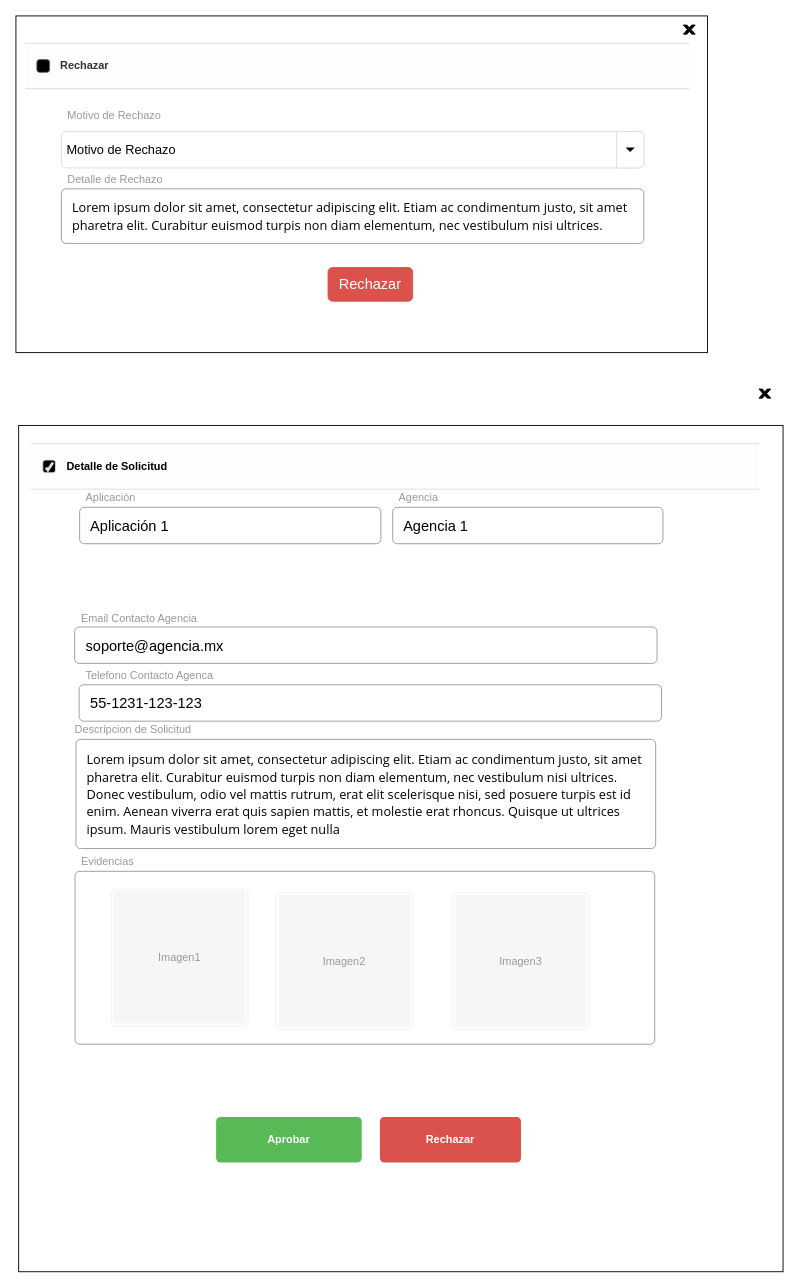
This is page "Botones-Desplegables-Consultor" (3 of 6) of Mockups/MesaDeAyuda UI.drawio from emmanuelvalentin99/gum-asuntos, a draw.io file, before an edit. Source tidied: cells renumbered, new cells numbered last; positions are measured from the earlier drawing's top-left corner, leaving out a move shared by most shapes. Both pictures are drawn from the tidied source at 91%, with x=0, y=0 at pixel (15, 15).
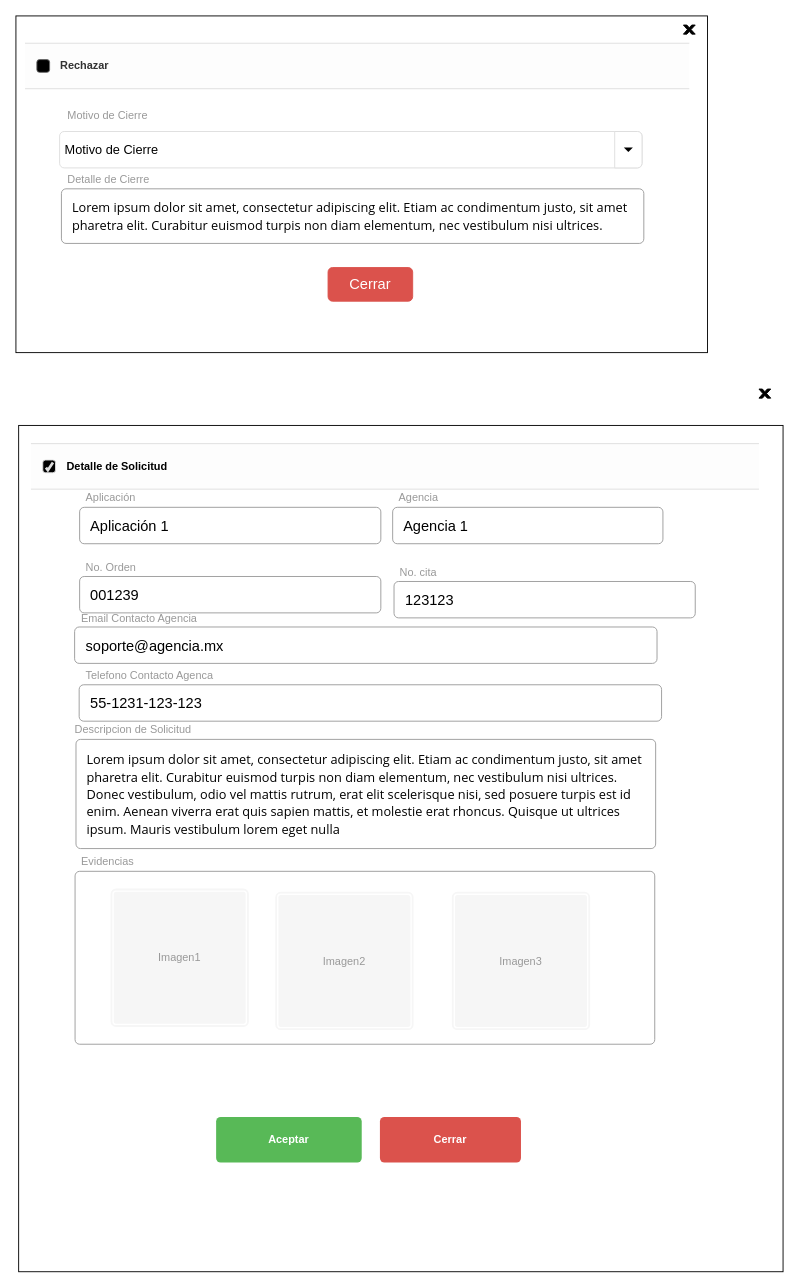
The same page after the edit.

Change to the diagram source:
```diff
@@
-    <mxCell id="5" value="Motivo de Rechazo" style="html=1;shadow=0;dashed=0;shape=mxgraph.bootstrap.rect;strokeColor=none;fillColor=none;fontColor=#999999;align=left;spacingLeft=5;whiteSpace=wrap;" parent="1" vertex="1">
+    <mxCell id="5" value="Motivo de Cierre" style="html=1;shadow=0;dashed=0;shape=mxgraph.bootstrap.rect;strokeColor=none;fillColor=none;fontColor=#999999;align=left;spacingLeft=5;whiteSpace=wrap;" parent="1" vertex="1">
       <mxGeometry x="50" y="100" width="130" height="20" as="geometry" />
     </mxCell>
-    <mxCell id="6" value="Detalle de Rechazo" style="html=1;shadow=0;dashed=0;shape=mxgraph.bootstrap.rect;strokeColor=none;fillColor=none;fontColor=#999999;align=left;spacingLeft=5;whiteSpace=wrap;" parent="1" vertex="1">
+    <mxCell id="6" value="Detalle de Cierre" style="html=1;shadow=0;dashed=0;shape=mxgraph.bootstrap.rect;strokeColor=none;fillColor=none;fontColor=#999999;align=left;spacingLeft=5;whiteSpace=wrap;" parent="1" vertex="1">
       <mxGeometry x="50" y="170" width="130" height="20" as="geometry" />
     </mxCell>
@@
-    <mxCell id="8" value="Motivo de Rechazo" style="html=1;shadow=0;dashed=0;shape=mxgraph.bootstrap.rrect;fillColor=#ffffff;align=left;rSize=5;strokeColor=#dddddd;spacingRight=20;fontSize=14;whiteSpace=wrap;spacingLeft=4;" parent="1" vertex="1">
-      <mxGeometry x="50" y="127" width="640" height="40" as="geometry" />
+    <mxCell id="8" value="Motivo de Cierre" style="html=1;shadow=0;dashed=0;shape=mxgraph.bootstrap.rrect;fillColor=#ffffff;align=left;rSize=5;strokeColor=#dddddd;spacingRight=20;fontSize=14;whiteSpace=wrap;spacingLeft=4;" parent="1" vertex="1">
+      <mxGeometry x="48" y="127" width="640" height="40" as="geometry" />
     </mxCell>
@@
-    <mxCell id="11" value="Rechazar" style="html=1;shadow=0;dashed=0;shape=mxgraph.bootstrap.rrect;rSize=5;fillColor=#DB524C;align=center;strokeColor=#DB524C;fontColor=#ffffff;fontSize=16;whiteSpace=wrap;" parent="1" vertex="1">
+    <mxCell id="11" value="Cerrar" style="html=1;shadow=0;dashed=0;shape=mxgraph.bootstrap.rrect;rSize=5;fillColor=#DB524C;align=center;strokeColor=#DB524C;fontColor=#ffffff;fontSize=16;whiteSpace=wrap;" parent="1" vertex="1">
       <mxGeometry x="343" y="276.5" width="93" height="37" as="geometry" />
     </mxCell>
@@
-    <mxCell id="30" value="Aprobar" style="html=1;shadow=0;dashed=0;shape=mxgraph.bootstrap.rrect;align=center;rSize=5;strokeColor=none;fillColor=#58B957;fontColor=#ffffff;fontStyle=1;whiteSpace=wrap;" parent="1" vertex="1">
+    <mxCell id="30" value="Aceptar" style="html=1;shadow=0;dashed=0;shape=mxgraph.bootstrap.rrect;align=center;rSize=5;strokeColor=none;fillColor=#58B957;fontColor=#ffffff;fontStyle=1;whiteSpace=wrap;" parent="1" vertex="1">
       <mxGeometry x="220" y="1210" width="160" height="50" as="geometry" />
     </mxCell>
-    <mxCell id="31" value="Rechazar" style="html=1;shadow=0;dashed=0;shape=mxgraph.bootstrap.rrect;align=center;rSize=5;strokeColor=none;fillColor=#DB524C;fontColor=#ffffff;fontStyle=1;whiteSpace=wrap;" parent="1" vertex="1">
+    <mxCell id="31" value="Cerrar" style="html=1;shadow=0;dashed=0;shape=mxgraph.bootstrap.rrect;align=center;rSize=5;strokeColor=none;fillColor=#DB524C;fontColor=#ffffff;fontStyle=1;whiteSpace=wrap;" parent="1" vertex="1">
       <mxGeometry x="400" y="1210" width="155" height="50" as="geometry" />
     </mxCell>
@@
+    <mxCell id="34" value="No. Orden" style="html=1;shadow=0;dashed=0;shape=mxgraph.bootstrap.rect;strokeColor=none;fillColor=none;fontColor=#999999;align=left;spacingLeft=5;whiteSpace=wrap;" parent="1" vertex="1">
+      <mxGeometry x="69.5" y="596" width="100" height="20" as="geometry" />
+    </mxCell>
+    <mxCell id="35" value="001239" style="html=1;shadow=0;dashed=0;shape=mxgraph.bootstrap.rrect;rSize=5;strokeColor=#999999;fillColor=#ffffff;align=left;fontSize=16;spacingLeft=10;whiteSpace=wrap;" parent="1" vertex="1">
+      <mxGeometry x="70" y="616" width="331" height="40" as="geometry" />
+    </mxCell>
+    <mxCell id="36" value="No. cita" style="html=1;shadow=0;dashed=0;shape=mxgraph.bootstrap.rect;strokeColor=none;fillColor=none;fontColor=#999999;align=left;spacingLeft=5;whiteSpace=wrap;" parent="1" vertex="1">
+      <mxGeometry x="415" y="601.5" width="100" height="20" as="geometry" />
+    </mxCell>
+    <mxCell id="37" value="123123" style="html=1;shadow=0;dashed=0;shape=mxgraph.bootstrap.rrect;rSize=5;strokeColor=#999999;fillColor=#ffffff;align=left;fontSize=16;spacingLeft=10;whiteSpace=wrap;" parent="1" vertex="1">
+      <mxGeometry x="415.5" y="621.5" width="331" height="40" as="geometry" />
+    </mxCell>
```
